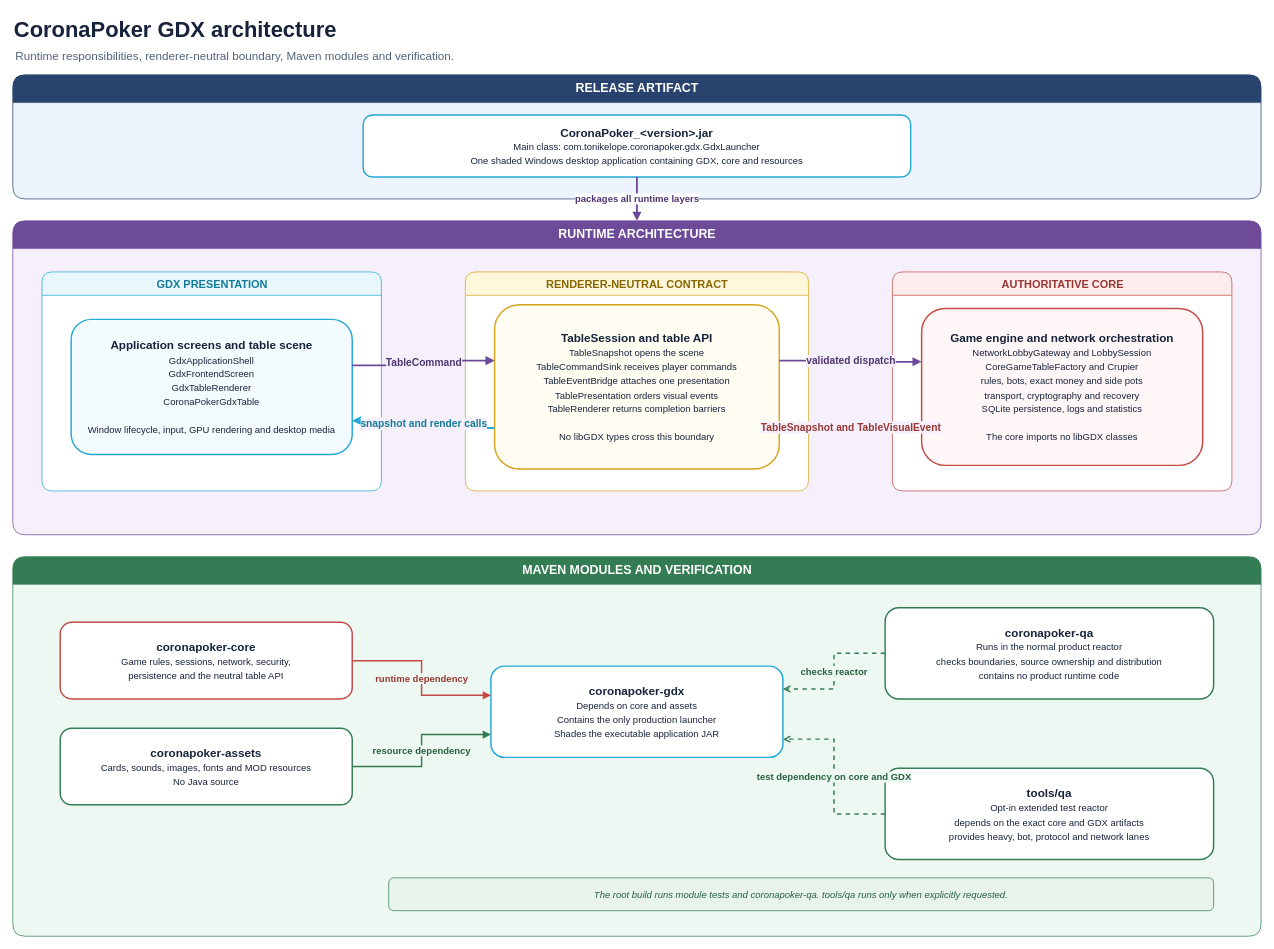
Above: docs/diagrams/coronapoker-module-map.drawio in tonikelope/coronapoker (draw.io), before the change. Source tidied: cells renumbered, new cells numbered last; positions are measured from the earlier drawing's top-left corner, leaving out a move shared by most shapes. Both pictures are drawn from the tidied source at 73%, with x=0, y=0 at pixel (12, 12).
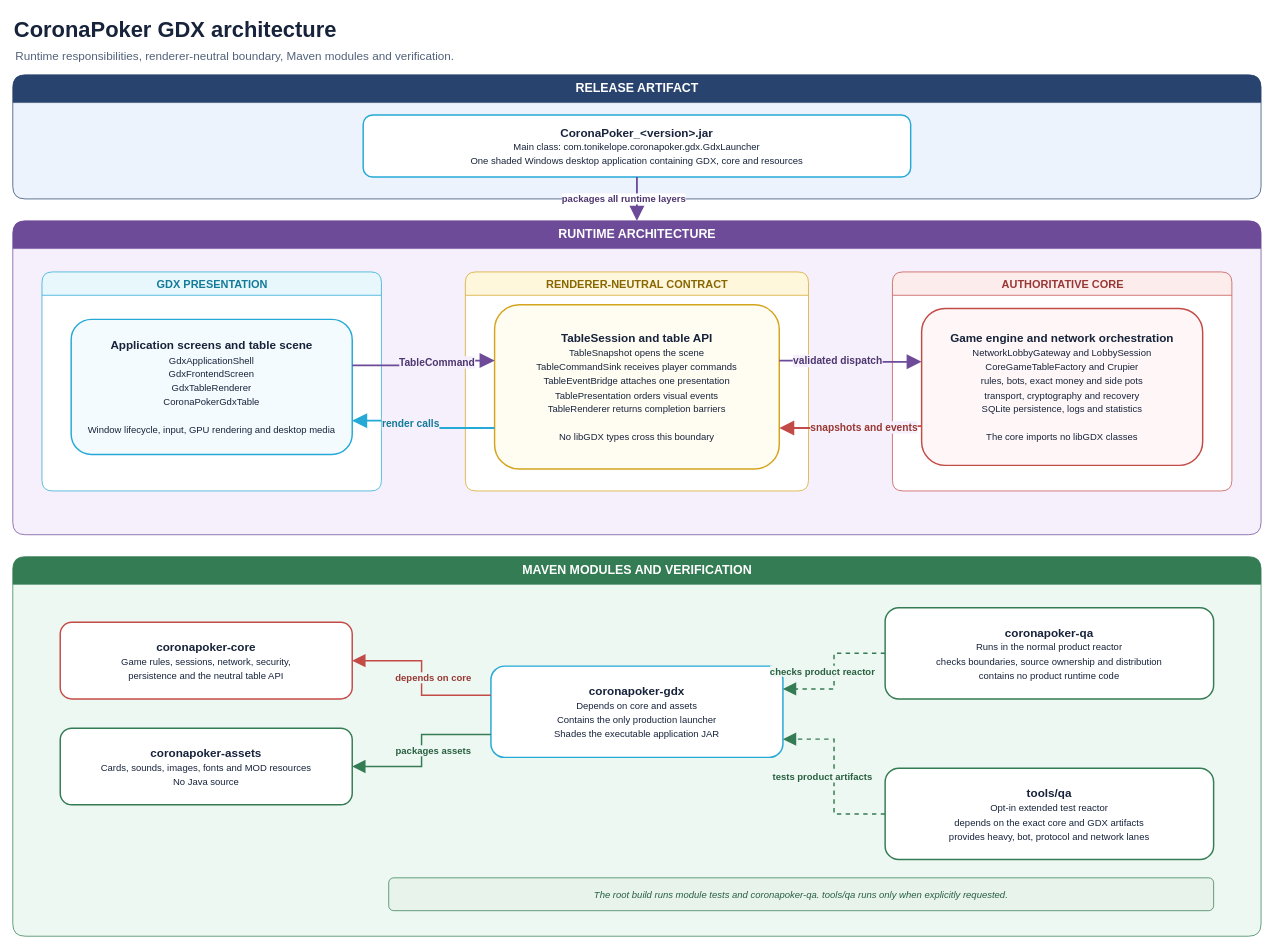
After the change.

Commit message (it also covers changes not shown here):
Clarify architecture diagram connectors

Unchanged cells that the change refers to:
```xml
<mxCell id="5" value="&lt;b&gt;CoronaPoker_&amp;lt;version&amp;gt;.jar&lt;/b&gt;&lt;br&gt;&lt;font size=&quot;2&quot;&gt;Main class: com.tonikelope.coronapoker.gdx.GdxLauncher&lt;br&gt;One shaded Windows desktop application containing GDX, core and resources&lt;/font&gt;" style="rounded=1;whiteSpace=wrap;html=1;fillColor=#FFFFFF;strokeColor=#25A9D6;strokeWidth=2;fontColor=#17233B;fontSize=16;" parent="1" vertex="1">
  <mxGeometry x="480" y="140" width="750" height="85" as="geometry" />
</mxCell>
<mxCell id="6" value="RUNTIME ARCHITECTURE" style="swimlane;html=1;rounded=1;startSize=38;horizontal=1;fillColor=#6D4B99;swimlaneFillColor=#F5F0FB;strokeColor=#6D4B99;fontColor=#FFFFFF;fontSize=17;fontStyle=1;" parent="1" vertex="1">
  <mxGeometry y="285" width="1710" height="430" as="geometry" />
</mxCell>
<mxCell id="8" value="&lt;b&gt;Application screens and table scene&lt;/b&gt;&lt;br&gt;&lt;font size=&quot;2&quot;&gt;GdxApplicationShell&lt;br&gt;GdxFrontendScreen&lt;br&gt;GdxTableRenderer&lt;br&gt;CoronaPokerGdxTable&lt;br&gt;&lt;br&gt;Window lifecycle, input, GPU rendering and desktop media&lt;/font&gt;" style="rounded=1;whiteSpace=wrap;html=1;fillColor=#F4FBFE;strokeColor=#25A9D6;strokeWidth=2;fontColor=#17233B;fontSize=16;" parent="1" vertex="1">
  <mxGeometry x="80" y="420" width="385" height="185" as="geometry" />
</mxCell>
<mxCell id="10" value="&lt;b&gt;TableSession and table API&lt;/b&gt;&lt;br&gt;&lt;font size=&quot;2&quot;&gt;TableSnapshot opens the scene&lt;br&gt;TableCommandSink receives player commands&lt;br&gt;TableEventBridge attaches one presentation&lt;br&gt;TablePresentation orders visual events&lt;br&gt;TableRenderer returns completion barriers&lt;br&gt;&lt;br&gt;No libGDX types cross this boundary&lt;/font&gt;" style="rounded=1;whiteSpace=wrap;html=1;fillColor=#FFFCF1;strokeColor=#D4A51D;strokeWidth=2;fontColor=#17233B;fontSize=16;" parent="1" vertex="1">
  <mxGeometry x="660" y="400" width="390" height="225" as="geometry" />
</mxCell>
<mxCell id="12" value="&lt;b&gt;Game engine and network orchestration&lt;/b&gt;&lt;br&gt;&lt;font size=&quot;2&quot;&gt;NetworkLobbyGateway and LobbySession&lt;br&gt;CoreGameTableFactory and Crupier&lt;br&gt;rules, bots, exact money and side pots&lt;br&gt;transport, cryptography and recovery&lt;br&gt;SQLite persistence, logs and statistics&lt;br&gt;&lt;br&gt;The core imports no libGDX classes&lt;/font&gt;" style="rounded=1;whiteSpace=wrap;html=1;fillColor=#FFF7F7;strokeColor=#C34B47;strokeWidth=2;fontColor=#17233B;fontSize=16;" parent="1" vertex="1">
  <mxGeometry x="1245" y="405" width="385" height="215" as="geometry" />
</mxCell>
<mxCell id="19" value="&lt;b&gt;coronapoker-core&lt;/b&gt;&lt;br&gt;&lt;font size=&quot;2&quot;&gt;Game rules, sessions, network, security,&lt;br&gt;persistence and the neutral table API&lt;/font&gt;" style="rounded=1;whiteSpace=wrap;html=1;fillColor=#FFFFFF;strokeColor=#C34B47;strokeWidth=2;fontColor=#17233B;fontSize=16;" parent="1" vertex="1">
  <mxGeometry x="65" y="835" width="400" height="105" as="geometry" />
</mxCell>
<mxCell id="20" value="&lt;b&gt;coronapoker-assets&lt;/b&gt;&lt;br&gt;&lt;font size=&quot;2&quot;&gt;Cards, sounds, images, fonts and MOD resources&lt;br&gt;No Java source&lt;/font&gt;" style="rounded=1;whiteSpace=wrap;html=1;fillColor=#FFFFFF;strokeColor=#347C53;strokeWidth=2;fontColor=#17233B;fontSize=16;" parent="1" vertex="1">
  <mxGeometry x="65" y="980" width="400" height="105" as="geometry" />
</mxCell>
<mxCell id="21" value="&lt;b&gt;coronapoker-gdx&lt;/b&gt;&lt;br&gt;&lt;font size=&quot;2&quot;&gt;Depends on core and assets&lt;br&gt;Contains the only production launcher&lt;br&gt;Shades the executable application JAR&lt;/font&gt;" style="rounded=1;whiteSpace=wrap;html=1;fillColor=#FFFFFF;strokeColor=#25A9D6;strokeWidth=2;fontColor=#17233B;fontSize=16;" parent="1" vertex="1">
  <mxGeometry x="655" y="895" width="400" height="125" as="geometry" />
</mxCell>
<mxCell id="22" value="&lt;b&gt;coronapoker-qa&lt;/b&gt;&lt;br&gt;&lt;font size=&quot;2&quot;&gt;Runs in the normal product reactor&lt;br&gt;checks boundaries, source ownership and distribution&lt;br&gt;contains no product runtime code&lt;/font&gt;" style="rounded=1;whiteSpace=wrap;html=1;fillColor=#FFFFFF;strokeColor=#347C53;strokeWidth=2;fontColor=#17233B;fontSize=16;" parent="1" vertex="1">
  <mxGeometry x="1195" y="815" width="450" height="125" as="geometry" />
</mxCell>
<mxCell id="23" value="&lt;b&gt;tools/qa&lt;/b&gt;&lt;br&gt;&lt;font size=&quot;2&quot;&gt;Opt-in extended test reactor&lt;br&gt;depends on the exact core and GDX artifacts&lt;br&gt;provides heavy, bot, protocol and network lanes&lt;/font&gt;" style="rounded=1;whiteSpace=wrap;html=1;fillColor=#FFFFFF;strokeColor=#347C53;strokeWidth=2;fontColor=#17233B;fontSize=16;" parent="1" vertex="1">
  <mxGeometry x="1195" y="1035" width="450" height="125" as="geometry" />
</mxCell>
```

Diff of the diagram source:
```diff
@@
-    <mxCell id="13" value="packages all runtime layers" style="edgeStyle=orthogonalEdgeStyle;rounded=0;html=1;endArrow=block;endFill=1;strokeColor=#6D4B99;strokeWidth=2.5;fontColor=#4E3670;fontSize=13;fontStyle=1;labelBackgroundColor=#FFFFFF;exitX=0.5;exitY=1;entryX=0.5;entryY=0;" parent="1" edge="1" source="5" target="6">
-      <mxGeometry relative="1" as="geometry" />
+    <mxCell id="13" value="packages all runtime layers" style="edgeStyle=orthogonalEdgeStyle;rounded=0;html=1;endArrow=block;endFill=1;endSize=14;strokeColor=#6D4B99;strokeWidth=2.5;fontColor=#4E3670;fontSize=13;fontStyle=1;labelBackgroundColor=#FFFFFF;exitX=0.5;exitY=1;entryX=0.5;entryY=0;" parent="1" edge="1" source="5" target="6">
+      <mxGeometry y="-18" relative="1" as="geometry" />
     </mxCell>
-    <mxCell id="14" value="TableCommand" style="edgeStyle=orthogonalEdgeStyle;rounded=0;html=1;endArrow=block;endFill=1;strokeColor=#6D4B99;strokeWidth=2.5;fontColor=#4E3670;fontSize=14;fontStyle=1;labelBackgroundColor=#F5F0FB;exitX=1;exitY=0.34;entryX=0;entryY=0.34;" parent="1" edge="1" source="8" target="10">
-      <mxGeometry relative="1" as="geometry" />
+    <mxCell id="14" value="TableCommand" style="edgeStyle=orthogonalEdgeStyle;rounded=0;html=1;endArrow=block;endFill=1;endSize=14;strokeColor=#6D4B99;strokeWidth=2.5;fontColor=#4E3670;fontSize=14;fontStyle=1;labelBackgroundColor=#F5F0FB;exitX=1;exitY=0.34;entryX=0;entryY=0.34;" parent="1" edge="1" source="8" target="10">
+      <mxGeometry y="-18" relative="1" as="geometry" />
     </mxCell>
-    <mxCell id="15" value="snapshot and render calls" style="edgeStyle=orthogonalEdgeStyle;rounded=0;html=1;endArrow=block;endFill=1;strokeColor=#25A9D6;strokeWidth=2.5;fontColor=#147A99;fontSize=14;fontStyle=1;labelBackgroundColor=#F5F0FB;exitX=0;exitY=0.75;entryX=1;entryY=0.75;" parent="1" edge="1" source="10" target="8">
-      <mxGeometry relative="1" as="geometry" />
+    <mxCell id="15" value="render calls" style="edgeStyle=orthogonalEdgeStyle;rounded=0;html=1;endArrow=block;endFill=1;endSize=14;strokeColor=#25A9D6;strokeWidth=2.5;fontColor=#147A99;fontSize=14;fontStyle=1;labelBackgroundColor=#F5F0FB;exitX=0;exitY=0.75;entryX=1;entryY=0.75;" parent="1" edge="1" source="10" target="8">
+      <mxGeometry y="18" relative="1" as="geometry" />
     </mxCell>
-    <mxCell id="16" value="validated dispatch" style="edgeStyle=orthogonalEdgeStyle;rounded=0;html=1;endArrow=block;endFill=1;strokeColor=#6D4B99;strokeWidth=2.5;fontColor=#4E3670;fontSize=14;fontStyle=1;labelBackgroundColor=#F5F0FB;exitX=1;exitY=0.34;entryX=0;entryY=0.34;" parent="1" edge="1" source="10" target="12">
-      <mxGeometry relative="1" as="geometry" />
+    <mxCell id="16" value="validated dispatch" style="edgeStyle=orthogonalEdgeStyle;rounded=0;html=1;endArrow=block;endFill=1;endSize=14;strokeColor=#6D4B99;strokeWidth=2.5;fontColor=#4E3670;fontSize=14;fontStyle=1;labelBackgroundColor=#F5F0FB;exitX=1;exitY=0.34;entryX=0;entryY=0.34;" parent="1" edge="1" source="10" target="12">
+      <mxGeometry y="-18" relative="1" as="geometry" />
     </mxCell>
-    <mxCell id="17" value="TableSnapshot and TableVisualEvent" style="edgeStyle=orthogonalEdgeStyle;rounded=0;html=1;endArrow=block;endFill=1;strokeColor=#C34B47;strokeWidth=2.5;fontColor=#983733;fontSize=14;fontStyle=1;labelBackgroundColor=#F5F0FB;exitX=0;exitY=0.75;entryX=1;entryY=0.75;" parent="1" edge="1" source="12" target="10">
-      <mxGeometry relative="1" as="geometry" />
+    <mxCell id="17" value="snapshots and events" style="edgeStyle=orthogonalEdgeStyle;rounded=0;html=1;endArrow=block;endFill=1;endSize=14;strokeColor=#C34B47;strokeWidth=2.5;fontColor=#983733;fontSize=14;fontStyle=1;labelBackgroundColor=#F5F0FB;exitX=0;exitY=0.75;entryX=1;entryY=0.75;" parent="1" edge="1" source="12" target="10">
+      <mxGeometry y="18" relative="1" as="geometry" />
     </mxCell>
@@
-    <mxCell id="24" value="runtime dependency" style="edgeStyle=orthogonalEdgeStyle;rounded=0;html=1;endArrow=block;endFill=1;strokeColor=#C34B47;strokeWidth=2;fontColor=#983733;fontSize=13;fontStyle=1;labelBackgroundColor=#EEF8F2;exitX=1;exitY=0.5;entryX=0;entryY=0.32;" parent="1" edge="1" source="19" target="21">
-      <mxGeometry relative="1" as="geometry" />
+    <mxCell id="24" value="depends on core" style="edgeStyle=orthogonalEdgeStyle;rounded=0;html=1;endArrow=block;endFill=1;endSize=13;strokeColor=#C34B47;strokeWidth=2;fontColor=#983733;fontSize=13;fontStyle=1;labelBackgroundColor=#EEF8F2;exitX=0;exitY=0.32;entryX=1;entryY=0.5;" parent="1" edge="1" source="21" target="19">
+      <mxGeometry y="-16" relative="1" as="geometry" />
     </mxCell>
-    <mxCell id="25" value="resource dependency" style="edgeStyle=orthogonalEdgeStyle;rounded=0;html=1;endArrow=block;endFill=1;strokeColor=#347C53;strokeWidth=2;fontColor=#285F40;fontSize=13;fontStyle=1;labelBackgroundColor=#EEF8F2;exitX=1;exitY=0.5;entryX=0;entryY=0.75;" parent="1" edge="1" source="20" target="21">
-      <mxGeometry relative="1" as="geometry" />
+    <mxCell id="25" value="packages assets" style="edgeStyle=orthogonalEdgeStyle;rounded=0;html=1;endArrow=block;endFill=1;endSize=13;strokeColor=#347C53;strokeWidth=2;fontColor=#285F40;fontSize=13;fontStyle=1;labelBackgroundColor=#EEF8F2;exitX=0;exitY=0.75;entryX=1;entryY=0.5;" parent="1" edge="1" source="21" target="20">
+      <mxGeometry y="16" relative="1" as="geometry" />
     </mxCell>
-    <mxCell id="26" value="checks reactor" style="edgeStyle=orthogonalEdgeStyle;rounded=0;html=1;endArrow=open;endFill=0;dashed=1;strokeColor=#347C53;strokeWidth=2;fontColor=#285F40;fontSize=13;fontStyle=1;labelBackgroundColor=#EEF8F2;exitX=0;exitY=0.5;entryX=1;entryY=0.25;" parent="1" edge="1" source="22" target="21">
-      <mxGeometry relative="1" as="geometry" />
+    <mxCell id="26" value="checks product reactor" style="edgeStyle=orthogonalEdgeStyle;rounded=0;html=1;endArrow=block;endFill=1;endSize=13;dashed=1;strokeColor=#347C53;strokeWidth=2;fontColor=#285F40;fontSize=13;fontStyle=1;labelBackgroundColor=#EEF8F2;exitX=0;exitY=0.5;entryX=1;entryY=0.25;" parent="1" edge="1" source="22" target="21">
+      <mxGeometry y="-16" relative="1" as="geometry" />
     </mxCell>
-    <mxCell id="27" value="test dependency on core and GDX" style="edgeStyle=orthogonalEdgeStyle;rounded=0;html=1;endArrow=open;endFill=0;dashed=1;strokeColor=#347C53;strokeWidth=2;fontColor=#285F40;fontSize=13;fontStyle=1;labelBackgroundColor=#EEF8F2;exitX=0;exitY=0.5;entryX=1;entryY=0.80;" parent="1" edge="1" source="23" target="21">
-      <mxGeometry relative="1" as="geometry" />
+    <mxCell id="27" value="tests product artifacts" style="edgeStyle=orthogonalEdgeStyle;rounded=0;html=1;endArrow=block;endFill=1;endSize=13;dashed=1;strokeColor=#347C53;strokeWidth=2;fontColor=#285F40;fontSize=13;fontStyle=1;labelBackgroundColor=#EEF8F2;exitX=0;exitY=0.5;entryX=1;entryY=0.80;" parent="1" edge="1" source="23" target="21">
+      <mxGeometry y="16" relative="1" as="geometry" />
     </mxCell>
```
